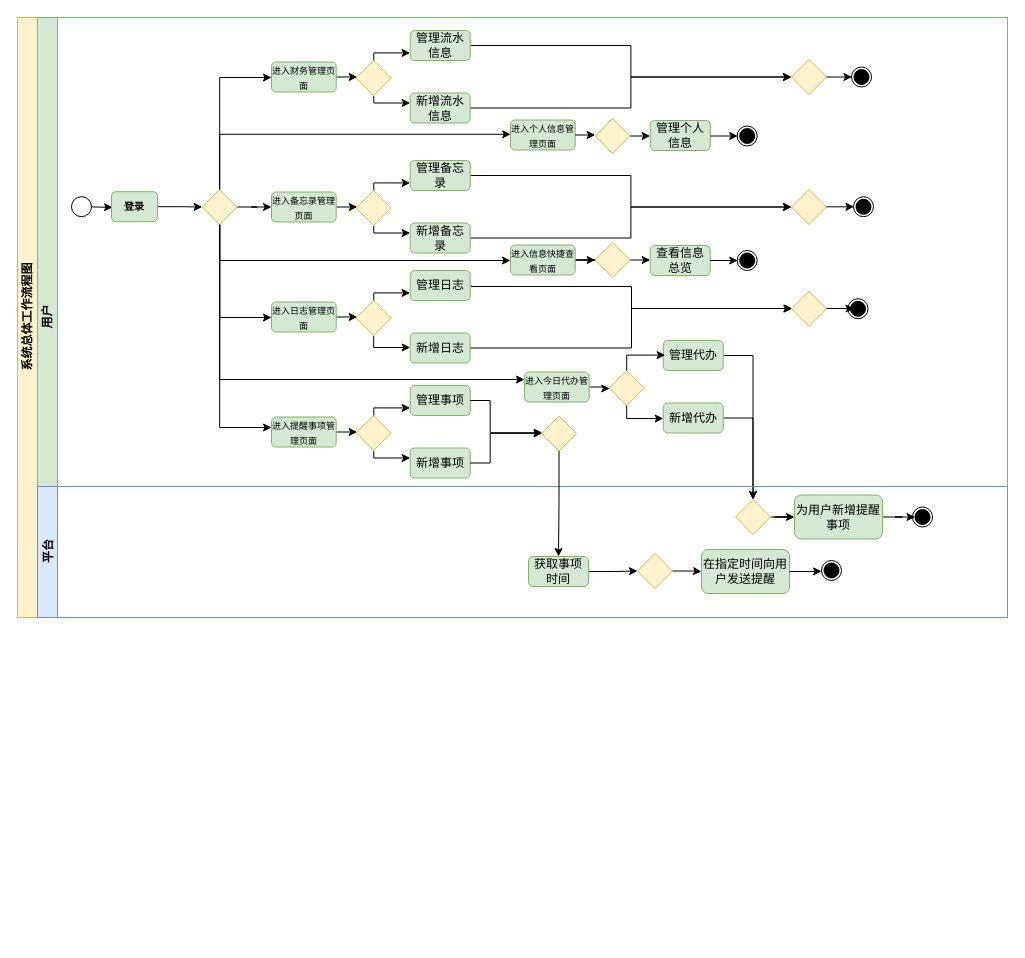
Before: 工程流程图.drawio in GitHubDeadTree/Campus-ToDo, a draw.io diagram. Source tidied: cells renumbered, new cells numbered last; positions are measured from the earlier drawing's top-left corner, leaving out a move shared by most shapes. Both pictures are drawn from the tidied source at 100%, with x=0, y=0 at pixel (17, 17).
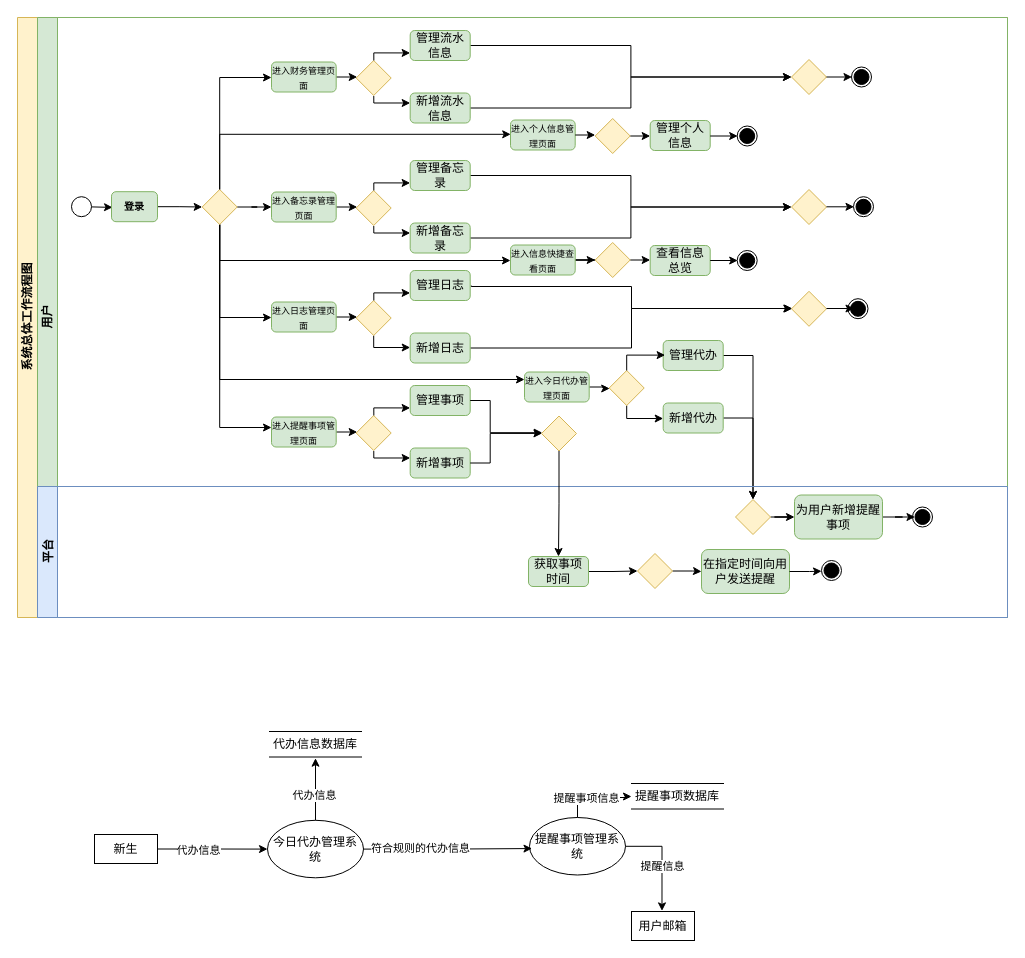
The same page after the edit.

Commit message:
更新工程流程图.drawio

The edit, as a diff of the source:
```diff
@@
+    <mxCell id="106" value="今日代办管理系统" style="ellipse;whiteSpace=wrap;html=1;" parent="1" vertex="1">
+      <mxGeometry x="250" y="802.8" width="96" height="57.5" as="geometry" />
+    </mxCell>
+    <mxCell id="107" style="edgeStyle=orthogonalEdgeStyle;rounded=0;jettySize=auto;html=1;" parent="1" edge="1" source="109" target="106">
+      <mxGeometry relative="1" as="geometry" />
+    </mxCell>
+    <mxCell id="108" value="代办信息" style="edgeLabel;html=1;align=center;verticalAlign=middle;" parent="107" vertex="1">
+      <mxGeometry x="-0.28" y="-1" relative="1" as="geometry" />
+    </mxCell>
+    <mxCell id="109" value="新生" style="rounded=0;whiteSpace=wrap;html=1;" parent="1" vertex="1">
+      <mxGeometry x="77" y="817" width="63" height="29" as="geometry" />
+    </mxCell>
+    <mxCell id="110" value="代办信息数据库" style="shape=partialRectangle;whiteSpace=wrap;html=1;left=0;right=0;fillColor=none;" parent="1" vertex="1">
+      <mxGeometry x="252" y="714" width="92" height="25.5" as="geometry" />
+    </mxCell>
+    <mxCell id="111" style="edgeStyle=orthogonalEdgeStyle;rounded=0;jettySize=auto;html=1;entryX=0.5;entryY=1.047;entryDx=0;entryDy=0;entryPerimeter=0;" parent="1" edge="1" source="106" target="110">
+      <mxGeometry relative="1" as="geometry" />
+    </mxCell>
+    <mxCell id="112" value="代办信息" style="edgeLabel;html=1;align=center;verticalAlign=middle;" parent="111" vertex="1">
+      <mxGeometry x="-0.21" y="2" relative="1" as="geometry" />
+    </mxCell>
+    <mxCell id="113" value="提醒事项管理系统" style="ellipse;whiteSpace=wrap;html=1;" parent="1" vertex="1">
+      <mxGeometry x="512" y="800" width="96" height="57.5" as="geometry" />
+    </mxCell>
+    <mxCell id="114" value="提醒事项数据库" style="shape=partialRectangle;whiteSpace=wrap;html=1;left=0;right=0;fillColor=none;" parent="1" vertex="1">
+      <mxGeometry x="614" y="766" width="92" height="25.5" as="geometry" />
+    </mxCell>
+    <mxCell id="115" style="edgeStyle=orthogonalEdgeStyle;rounded=0;jettySize=auto;html=1;entryX=0.026;entryY=0.54;entryDx=0;entryDy=0;entryPerimeter=0;" parent="1" edge="1" source="106" target="113">
+      <mxGeometry relative="1" as="geometry" />
+    </mxCell>
+    <mxCell id="116" value="符合规则的代办信息" style="edgeLabel;html=1;align=center;verticalAlign=middle;" parent="115" vertex="1">
+      <mxGeometry x="-0.33" y="1" relative="1" as="geometry" />
+    </mxCell>
+    <mxCell id="117" value="用户邮箱" style="rounded=0;whiteSpace=wrap;html=1;" parent="1" vertex="1">
+      <mxGeometry x="614" y="894" width="63" height="29" as="geometry" />
+    </mxCell>
+    <mxCell id="118" style="edgeStyle=orthogonalEdgeStyle;rounded=0;jettySize=auto;html=1;" parent="1" edge="1" source="113" target="114">
+      <mxGeometry relative="1" as="geometry">
+        <Array as="points">
+          <mxPoint x="560" y="780" />
+          <mxPoint x="611" y="780" />
+          <mxPoint x="611" y="779" />
+        </Array>
+      </mxGeometry>
+    </mxCell>
+    <mxCell id="119" value="提醒事项信息" style="edgeLabel;html=1;align=center;verticalAlign=middle;" parent="118" vertex="1">
+      <mxGeometry x="-0.25" relative="1" as="geometry" />
+    </mxCell>
+    <mxCell id="120" style="edgeStyle=orthogonalEdgeStyle;rounded=0;jettySize=auto;html=1;entryX=0.484;entryY=-0.021;entryDx=0;entryDy=0;entryPerimeter=0;" parent="1" edge="1" source="113" target="117">
+      <mxGeometry relative="1" as="geometry" />
+    </mxCell>
+    <mxCell id="121" value="提醒信息" style="edgeLabel;html=1;align=center;verticalAlign=middle;" parent="120" vertex="1">
+      <mxGeometry x="0.1" relative="1" as="geometry" />
+    </mxCell>
```
